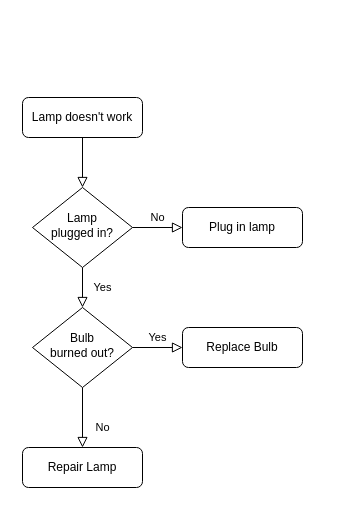
Before: to/Untitled Diagram.drawio in jkushida/jkushida.github.io, a draw.io diagram. Source tidied: cells renumbered, new cells numbered last; positions are measured from the earlier drawing's top-left corner, leaving out a move shared by most shapes. Both pictures are drawn from the tidied source at 100%, with x=0, y=0 at pixel (22, 97).
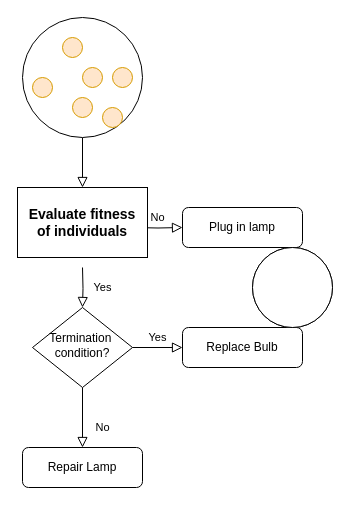
Above is the later version.

The change refers to these unchanged cells:
```xml
<mxCell id="7" value="Plug in lamp" style="rounded=1;whiteSpace=wrap;html=1;fontSize=12;glass=0;strokeWidth=1;shadow=0;" parent="1" vertex="1">
  <mxGeometry x="160" y="110" width="120" height="40" as="geometry" />
</mxCell>
```

The edit, as a diff of the source:
```diff
@@
-    <mxCell id="2" style="rounded=0;html=1;jettySize=auto;fontSize=11;endArrow=block;endFill=0;endSize=8;strokeWidth=1;shadow=0;labelBackgroundColor=none;edgeStyle=orthogonalEdgeStyle;" parent="1" edge="1" source="3" target="6">
-      <mxGeometry relative="1" as="geometry" />
+    <mxCell id="2" style="rounded=0;html=1;jettySize=auto;orthogonalLoop=1;fontSize=11;endArrow=block;endFill=0;endSize=8;strokeWidth=1;shadow=0;labelBackgroundColor=none;edgeStyle=orthogonalEdgeStyle;" parent="1" edge="1">
+      <mxGeometry relative="1" as="geometry">
+        <mxPoint x="60" y="40" as="sourcePoint" />
+        <mxPoint x="60" y="90" as="targetPoint" />
+      </mxGeometry>
     </mxCell>
-    <mxCell id="3" value="Lamp doesn't work" style="rounded=1;whiteSpace=wrap;html=1;fontSize=12;glass=0;strokeWidth=1;shadow=0;" parent="1" vertex="1">
-      <mxGeometry width="120" height="40" as="geometry" />
-    </mxCell>
-    <mxCell id="4" value="Yes" style="rounded=0;html=1;jettySize=auto;fontSize=11;endArrow=block;endFill=0;endSize=8;strokeWidth=1;shadow=0;labelBackgroundColor=none;edgeStyle=orthogonalEdgeStyle;" parent="1" edge="1" source="6" target="10">
-      <mxGeometry y="20" relative="1" as="geometry" />
+    <mxCell id="4" value="Yes" style="rounded=0;html=1;jettySize=auto;fontSize=11;endArrow=block;endFill=0;endSize=8;strokeWidth=1;shadow=0;labelBackgroundColor=none;edgeStyle=orthogonalEdgeStyle;" parent="1" edge="1" target="10">
+      <mxGeometry y="20" relative="1" as="geometry">
+        <mxPoint x="60" y="170" as="sourcePoint" />
+      </mxGeometry>
     </mxCell>
-    <mxCell id="5" value="No" style="edgeStyle=orthogonalEdgeStyle;rounded=0;html=1;jettySize=auto;fontSize=11;endArrow=block;endFill=0;endSize=8;strokeWidth=1;shadow=0;labelBackgroundColor=none;" parent="1" edge="1" source="6" target="7">
-      <mxGeometry y="10" relative="1" as="geometry" />
+    <mxCell id="5" value="No" style="edgeStyle=orthogonalEdgeStyle;rounded=0;html=1;jettySize=auto;fontSize=11;endArrow=block;endFill=0;endSize=8;strokeWidth=1;shadow=0;labelBackgroundColor=none;" parent="1" edge="1" target="7">
+      <mxGeometry y="10" relative="1" as="geometry">
+        <mxPoint x="110" y="130" as="sourcePoint" />
+      </mxGeometry>
     </mxCell>
-    <mxCell id="6" value="Lamp&lt;br&gt;plugged in?" style="rhombus;whiteSpace=wrap;html=1;shadow=0;fontFamily=Helvetica;fontSize=12;align=center;strokeWidth=1;spacing=6;spacingTop=-4;" parent="1" vertex="1">
-      <mxGeometry x="10" y="90" width="100" height="80" as="geometry" />
-    </mxCell>
@@
-    <mxCell id="10" value="Bulb&lt;br&gt;burned out?" style="rhombus;whiteSpace=wrap;html=1;shadow=0;fontFamily=Helvetica;fontSize=12;align=center;strokeWidth=1;spacing=6;spacingTop=-4;" parent="1" vertex="1">
+    <mxCell id="10" value="Termination&amp;nbsp;&lt;br&gt;condition?" style="rhombus;whiteSpace=wrap;html=1;shadow=0;fontFamily=Helvetica;fontSize=12;align=center;strokeWidth=1;spacing=6;spacingTop=-4;" parent="1" vertex="1">
       <mxGeometry x="10" y="210" width="100" height="80" as="geometry" />
     </mxCell>
@@
+    <mxCell id="13" style="ellipse;whiteSpace=wrap;html=1;" parent="1" vertex="1">
+      <mxGeometry y="-80" width="120" height="120" as="geometry" />
+    </mxCell>
+    <mxCell id="14" style="ellipse;whiteSpace=wrap;html=1;" parent="1" vertex="1">
+      <mxGeometry x="230" y="150" width="80" height="80" as="geometry" />
+    </mxCell>
+    <mxCell id="15" style="ellipse;whiteSpace=wrap;html=1;" parent="1" vertex="1">
+      <mxGeometry x="230" y="150" width="80" height="80" as="geometry" />
+    </mxCell>
+    <mxCell id="16" style="ellipse;whiteSpace=wrap;html=1;fillColor=#ffe6cc;strokeColor=#d79b00;" parent="1" vertex="1">
+      <mxGeometry x="90" y="-30" width="20" height="20" as="geometry" />
+    </mxCell>
+    <mxCell id="17" style="ellipse;whiteSpace=wrap;html=1;fillColor=#ffe6cc;strokeColor=#d79b00;" parent="1" vertex="1">
+      <mxGeometry x="40" y="-60" width="20" height="20" as="geometry" />
+    </mxCell>
+    <mxCell id="18" style="ellipse;whiteSpace=wrap;html=1;fillColor=#ffe6cc;strokeColor=#d79b00;" parent="1" vertex="1">
+      <mxGeometry x="10" y="-20" width="20" height="20" as="geometry" />
+    </mxCell>
+    <mxCell id="19" style="ellipse;whiteSpace=wrap;html=1;fillColor=#ffe6cc;strokeColor=#d79b00;" parent="1" vertex="1">
+      <mxGeometry x="50" width="20" height="20" as="geometry" />
+    </mxCell>
+    <mxCell id="20" style="ellipse;whiteSpace=wrap;html=1;fillColor=#ffe6cc;strokeColor=#d79b00;" parent="1" vertex="1">
+      <mxGeometry x="60" y="-30" width="20" height="20" as="geometry" />
+    </mxCell>
+    <mxCell id="21" style="ellipse;whiteSpace=wrap;html=1;fillColor=#ffe6cc;strokeColor=#d79b00;" parent="1" vertex="1">
+      <mxGeometry x="80" y="10" width="20" height="20" as="geometry" />
+    </mxCell>
+    <mxCell id="22" value="Evaluate fitness&lt;br style=&quot;font-size: 14px;&quot;&gt;of individuals" style="rounded=0;whiteSpace=wrap;html=1;fontSize=14;fontStyle=1;" parent="1" vertex="1">
+      <mxGeometry x="-5" y="90" width="130" height="70" as="geometry" />
+    </mxCell>
```
